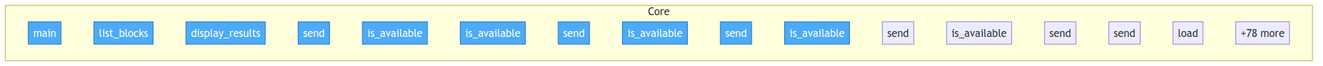
pactown-com/propact keeps this Mermaid diagram as project/flow.png. Above is the earlier version. Its source is kept beside it as project/flow.mmd.
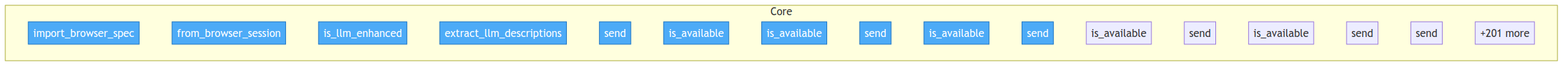
Above is the later version.

Diff of the diagram source:
```diff
@@ -18,7 +18,7 @@
         src__propact__adapters__SOAPAdapter__is_available["is_available"]
         src__propact__adapters__SOAPAdapter__send["send"]
         src__propact__adapters__EmailAdapter__send["send"]
-        ...["+174 more"]
+        ...["+201 more"]
     end
 
     class src__propact__importer__OpenAPILLMImporter__import_browser_spec,src__propact__importer__OpenAPILLMImporter__from_browser_session,src__propact__importer__OpenAPILLMImporter__is_llm_enhanced,src__propact__importer__OpenAPILLMImporter__extract_llm_descriptions,src__propact__adapters__BaseProtocolAdapter__send,src__propact__adapters__BaseProtocolAdapter__is_available,src__propact__adapters__GRPCAdapter__is_available,src__propact__adapters__GRPCAdapter__send,src__propact__adapters__GraphQLAdapter__is_available,src__propact__adapters__GraphQLAdapter__send entry
```
